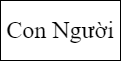
The draw.io diagram Luật thứ hai(trên xuống).png in datnham0212/learning, before a commit. Source tidied: cells renumbered, new cells last; positions are measured from the earlier drawing's top-left corner, leaving out a move shared by most shapes. The source it was exported from:
```xml
<mxGraphModel>
  <root>
    <mxCell id="0" />
    <mxCell id="1" parent="0" />
    <mxCell id="2" value="Con Người" style="rounded=0;whiteSpace=wrap;html=1;fontFamily=Times New Roman;fontSize=24;" parent="1" vertex="1">
      <mxGeometry width="120" height="60" as="geometry" />
    </mxCell>
  </root>
</mxGraphModel>
```
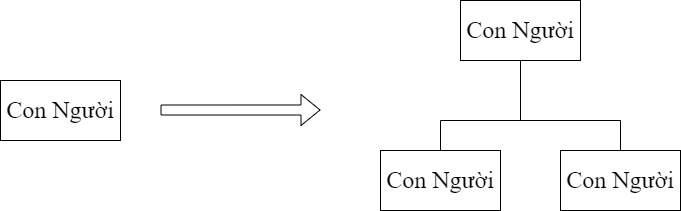
The same diagram one commit later.

What changed in the source:
```diff
@@ -5,5 +5,44 @@
     <mxCell id="2" value="Con Người" style="rounded=0;whiteSpace=wrap;html=1;fontFamily=Times New Roman;fontSize=24;" parent="1" vertex="1">
       <mxGeometry width="120" height="60" as="geometry" />
     </mxCell>
+    <mxCell id="3" style="shape=flexArrow;endArrow=classic;html=1;rounded=0;fontFamily=Times New Roman;fontSize=24;" parent="1" edge="1">
+      <mxGeometry relative="1" as="geometry">
+        <mxPoint x="160" y="29.5" as="sourcePoint" />
+        <mxPoint x="320" y="29.5" as="targetPoint" />
+      </mxGeometry>
+    </mxCell>
+    <mxCell id="4" value="Con Người" style="rounded=0;whiteSpace=wrap;html=1;fontFamily=Times New Roman;fontSize=24;" parent="1" vertex="1">
+      <mxGeometry x="460" y="-80" width="120" height="60" as="geometry" />
+    </mxCell>
+    <mxCell id="5" value="Con Người" style="rounded=0;whiteSpace=wrap;html=1;fontFamily=Times New Roman;fontSize=24;" parent="1" vertex="1">
+      <mxGeometry x="380" y="70" width="120" height="60" as="geometry" />
+    </mxCell>
+    <mxCell id="6" value="Con Người" style="rounded=0;whiteSpace=wrap;html=1;fontFamily=Times New Roman;fontSize=24;" parent="1" vertex="1">
+      <mxGeometry x="560" y="70" width="120" height="60" as="geometry" />
+    </mxCell>
+    <mxCell id="7" style="endArrow=none;html=1;rounded=0;" parent="1" edge="1">
+      <mxGeometry relative="1" as="geometry">
+        <mxPoint x="440" y="70" as="sourcePoint" />
+        <mxPoint x="440" y="40" as="targetPoint" />
+      </mxGeometry>
+    </mxCell>
+    <mxCell id="8" style="endArrow=none;html=1;rounded=0;" parent="1" edge="1">
+      <mxGeometry relative="1" as="geometry">
+        <mxPoint x="620" y="70" as="sourcePoint" />
+        <mxPoint x="620" y="40" as="targetPoint" />
+      </mxGeometry>
+    </mxCell>
+    <mxCell id="9" style="endArrow=none;html=1;rounded=0;" parent="1" edge="1">
+      <mxGeometry relative="1" as="geometry">
+        <mxPoint x="440" y="40" as="sourcePoint" />
+        <mxPoint x="620" y="40" as="targetPoint" />
+      </mxGeometry>
+    </mxCell>
+    <mxCell id="10" style="endArrow=none;html=1;rounded=0;" parent="1" edge="1">
+      <mxGeometry relative="1" as="geometry">
+        <mxPoint x="520" y="40" as="sourcePoint" />
+        <mxPoint x="520" y="-20" as="targetPoint" />
+      </mxGeometry>
+    </mxCell>
   </root>
 </mxGraphModel>
```
